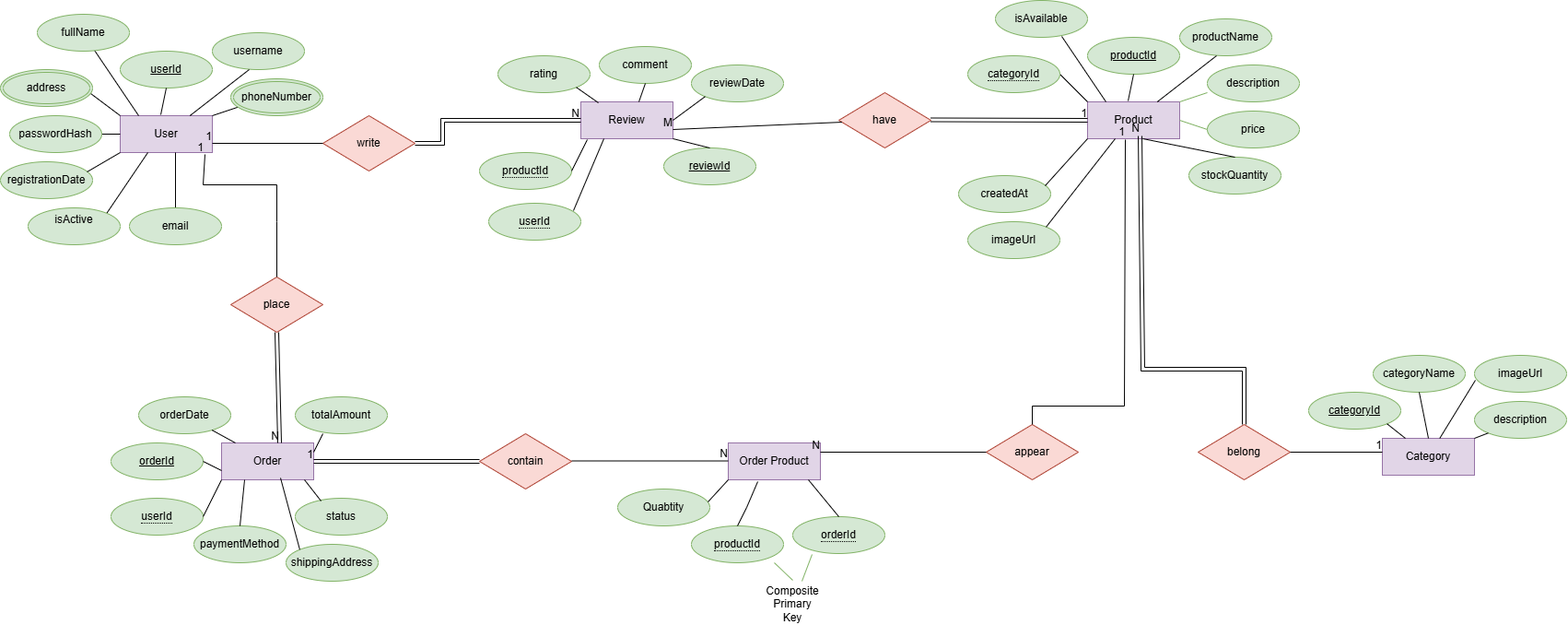
Before: E-Commerce System ERD & Models/E-Commerce System ERD.drawio.png, a diagram exported from draw.io (widaadalhandasi-wq/Bakend-System-ERD-Models). Source tidied: cells renumbered, new cells last; positions are measured from the earlier drawing's top-left corner, leaving out a move shared by most shapes.
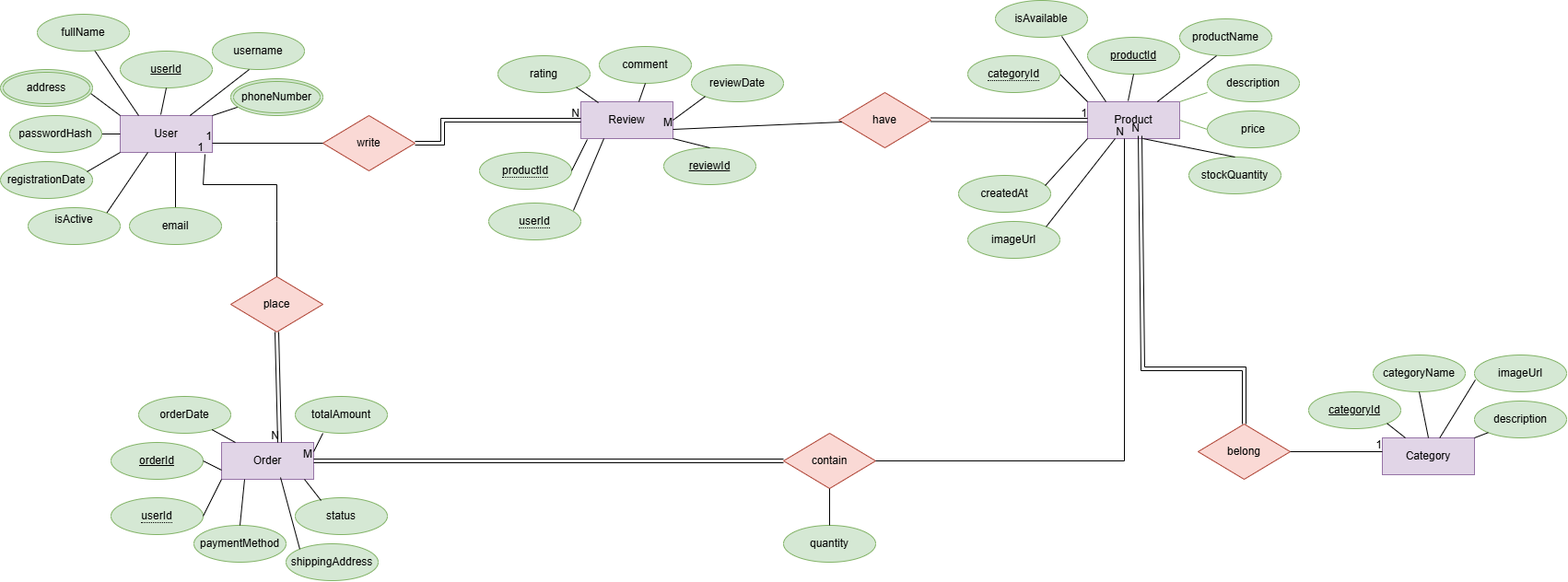
After the commit.

The edit, as a diff of the source:
```diff
@@ -11,9 +11,6 @@
     <mxCell id="4" value="Order" style="whiteSpace=wrap;html=1;align=center;fillColor=#e1d5e7;strokeColor=#9673a6;" parent="1" vertex="1">
       <mxGeometry x="240" y="480" width="100" height="40" as="geometry" />
     </mxCell>
-    <mxCell id="5" value="Order Product" style="whiteSpace=wrap;html=1;align=center;fillColor=#e1d5e7;strokeColor=#9673a6;" parent="1" vertex="1">
-      <mxGeometry x="790" y="480" width="100" height="40" as="geometry" />
-    </mxCell>
     <mxCell id="6" value="userId" style="ellipse;whiteSpace=wrap;html=1;align=center;fontStyle=4;fillColor=#d5e8d4;strokeColor=#82b366;" parent="1" vertex="1">
       <mxGeometry x="130" y="55" width="100" height="40" as="geometry" />
     </mxCell>
@@ -240,42 +237,6 @@
     <mxCell id="72" style="endArrow=none;html=1;rounded=0;exitX=1;exitY=0.5;exitDx=0;exitDy=0;entryX=0;entryY=1;entryDx=0;entryDy=0;" parent="1" edge="1" source="2" target="62">
       <mxGeometry relative="1" as="geometry" />
     </mxCell>
-    <mxCell id="73" value="&lt;span style=&quot;border-bottom: 1px dotted;&quot;&gt;orderId&lt;/span&gt;" style="ellipse;whiteSpace=wrap;html=1;align=center;fillColor=#d5e8d4;strokeColor=#82b366;" parent="1" vertex="1">
-      <mxGeometry x="860" y="560" width="100" height="40" as="geometry" />
-    </mxCell>
-    <mxCell id="74" value="Quabtity" style="ellipse;whiteSpace=wrap;html=1;align=center;fillColor=#d5e8d4;strokeColor=#82b366;" parent="1" vertex="1">
-      <mxGeometry x="670" y="530" width="100" height="40" as="geometry" />
-    </mxCell>
-    <mxCell id="75" value="&lt;span style=&quot;border-bottom: 1px dotted;&quot;&gt;productId&lt;/span&gt;" style="ellipse;whiteSpace=wrap;html=1;align=center;fillColor=#d5e8d4;strokeColor=#82b366;" parent="1" vertex="1">
-      <mxGeometry x="750" y="570" width="100" height="40" as="geometry" />
-    </mxCell>
-    <mxCell id="76" value="Composite Primary Key" style="text;html=1;whiteSpace=wrap;align=center;verticalAlign=middle;rounded=0;" parent="1" vertex="1">
-      <mxGeometry x="830" y="640" width="60" height="30" as="geometry" />
-    </mxCell>
-    <mxCell id="77" style="endArrow=none;html=1;rounded=0;entryX=0;entryY=1;entryDx=0;entryDy=0;exitX=0.98;exitY=0.35;exitDx=0;exitDy=0;exitPerimeter=0;" parent="1" edge="1" source="74" target="5">
-      <mxGeometry relative="1" as="geometry" />
-    </mxCell>
-    <mxCell id="78" style="endArrow=none;html=1;rounded=0;entryX=0.32;entryY=1.05;entryDx=0;entryDy=0;exitX=0.5;exitY=0;exitDx=0;exitDy=0;entryPerimeter=0;" parent="1" edge="1" source="75" target="5">
-      <mxGeometry relative="1" as="geometry">
-        <Array as="points">
-          <mxPoint x="810" y="550" />
-        </Array>
-      </mxGeometry>
-    </mxCell>
-    <mxCell id="79" style="endArrow=none;html=1;rounded=0;entryX=0.87;entryY=1;entryDx=0;entryDy=0;exitX=0.5;exitY=0;exitDx=0;exitDy=0;entryPerimeter=0;" parent="1" edge="1" source="73" target="5">
-      <mxGeometry relative="1" as="geometry" />
-    </mxCell>
-    <mxCell id="80" style="endArrow=none;html=1;rounded=0;entryX=0.21;entryY=1.025;entryDx=0;entryDy=0;entryPerimeter=0;fillColor=#d5e8d4;strokeColor=#82b366;" parent="1" edge="1" target="73">
-      <mxGeometry relative="1" as="geometry">
-        <mxPoint x="870" y="630" as="sourcePoint" />
-      </mxGeometry>
-    </mxCell>
-    <mxCell id="81" style="endArrow=none;html=1;rounded=0;fillColor=#d5e8d4;strokeColor=#82b366;" parent="1" edge="1">
-      <mxGeometry relative="1" as="geometry">
-        <mxPoint x="860" y="629" as="sourcePoint" />
-        <mxPoint x="840" y="610" as="targetPoint" />
-      </mxGeometry>
-    </mxCell>
     <mxCell id="82" value="write" style="shape=rhombus;perimeter=rhombusPerimeter;whiteSpace=wrap;html=1;align=center;fillColor=#fad9d5;strokeColor=#ae4132;" parent="1" vertex="1">
       <mxGeometry x="350" y="125" width="100" height="60" as="geometry" />
     </mxCell>
@@ -286,11 +247,8 @@
       <mxGeometry x="910" y="100" width="100" height="60" as="geometry" />
     </mxCell>
     <mxCell id="85" value="contain" style="shape=rhombus;perimeter=rhombusPerimeter;whiteSpace=wrap;html=1;align=center;fillColor=#fad9d5;strokeColor=#ae4132;" parent="1" vertex="1">
-      <mxGeometry x="520" y="470" width="100" height="60" as="geometry" />
+      <mxGeometry x="850" y="470" width="100" height="60" as="geometry" />
     </mxCell>
-    <mxCell id="86" value="appear" style="shape=rhombus;perimeter=rhombusPerimeter;whiteSpace=wrap;html=1;align=center;fillColor=#fad9d5;strokeColor=#ae4132;" parent="1" vertex="1">
-      <mxGeometry x="1070" y="460" width="100" height="60" as="geometry" />
-    </mxCell>
     <mxCell id="87" value="belong" style="shape=rhombus;perimeter=rhombusPerimeter;whiteSpace=wrap;html=1;align=center;fillColor=#fad9d5;strokeColor=#ae4132;" parent="1" vertex="1">
       <mxGeometry x="1300" y="460" width="100" height="60" as="geometry" />
     </mxCell>
@@ -312,34 +270,9 @@
     <mxCell id="93" style="shape=link;html=1;rounded=0;entryX=1;entryY=0.5;entryDx=0;entryDy=0;" parent="1" edge="1" source="85" target="4">
       <mxGeometry relative="1" as="geometry" />
     </mxCell>
-    <mxCell id="94" value="1" style="html=1;whiteSpace=wrap;align=right;verticalAlign=bottom;" parent="93" vertex="1">
+    <mxCell id="94" value="M" style="html=1;whiteSpace=wrap;align=right;verticalAlign=bottom;" parent="93" vertex="1">
       <mxGeometry x="1" relative="1" as="geometry" />
     </mxCell>
-    <mxCell id="95" style="endArrow=none;html=1;rounded=0;entryX=0;entryY=0.488;entryDx=0;entryDy=0;entryPerimeter=0;" parent="1" edge="1" target="5">
-      <mxGeometry relative="1" as="geometry">
-        <mxPoint x="620" y="499.5" as="sourcePoint" />
-      </mxGeometry>
-    </mxCell>
-    <mxCell id="96" value="N" style="html=1;whiteSpace=wrap;align=right;verticalAlign=bottom;" parent="95" vertex="1">
-      <mxGeometry x="1" relative="1" as="geometry" />
-    </mxCell>
-    <mxCell id="97" style="endArrow=none;html=1;rounded=0;exitX=0;exitY=0.5;exitDx=0;exitDy=0;entryX=1;entryY=0.25;entryDx=0;entryDy=0;" parent="1" edge="1" source="86" target="5">
-      <mxGeometry relative="1" as="geometry" />
-    </mxCell>
-    <mxCell id="98" value="N" style="html=1;whiteSpace=wrap;align=right;verticalAlign=bottom;" parent="97" vertex="1">
-      <mxGeometry x="1" relative="1" as="geometry" />
-    </mxCell>
-    <mxCell id="99" style="endArrow=none;html=1;rounded=0;entryX=0.41;entryY=1.025;entryDx=0;entryDy=0;exitX=0.5;exitY=0;exitDx=0;exitDy=0;entryPerimeter=0;" parent="1" edge="1" source="86" target="19">
-      <mxGeometry relative="1" as="geometry">
-        <Array as="points">
-          <mxPoint x="1120" y="440" />
-          <mxPoint x="1220" y="440" />
-        </Array>
-      </mxGeometry>
-    </mxCell>
-    <mxCell id="100" value="1" style="html=1;whiteSpace=wrap;align=right;verticalAlign=bottom;" parent="99" vertex="1">
-      <mxGeometry x="1" relative="1" as="geometry" />
-    </mxCell>
     <mxCell id="101" style="endArrow=none;html=1;rounded=0;exitX=1;exitY=0.5;exitDx=0;exitDy=0;" parent="1" edge="1" source="87">
       <mxGeometry relative="1" as="geometry">
         <mxPoint x="1500" y="490" as="targetPoint" />
@@ -408,5 +341,21 @@
     <mxCell id="116" value="1" style="html=1;whiteSpace=wrap;align=right;verticalAlign=bottom;" parent="115" vertex="1">
       <mxGeometry x="1" relative="1" as="geometry" />
     </mxCell>
+    <mxCell id="117" style="endArrow=none;html=1;rounded=0;entryX=0.4;entryY=1;entryDx=0;entryDy=0;exitX=1;exitY=0.5;exitDx=0;exitDy=0;entryPerimeter=0;" parent="1" edge="1" source="85" target="19">
+      <mxGeometry relative="1" as="geometry">
+        <Array as="points">
+          <mxPoint x="1220" y="500" />
+        </Array>
+      </mxGeometry>
+    </mxCell>
+    <mxCell id="118" value="N" style="html=1;whiteSpace=wrap;align=right;verticalAlign=bottom;" parent="117" vertex="1">
+      <mxGeometry x="1" relative="1" as="geometry" />
+    </mxCell>
+    <mxCell id="119" value="quantity" style="ellipse;whiteSpace=wrap;html=1;align=center;fillColor=#d5e8d4;strokeColor=#82b366;" parent="1" vertex="1">
+      <mxGeometry x="850" y="570" width="100" height="40" as="geometry" />
+    </mxCell>
+    <mxCell id="120" style="endArrow=none;html=1;rounded=0;entryX=0.5;entryY=1;entryDx=0;entryDy=0;exitX=0.5;exitY=0;exitDx=0;exitDy=0;" parent="1" edge="1" source="119" target="85">
+      <mxGeometry relative="1" as="geometry" />
+    </mxCell>
   </root>
 </mxGraphModel>
```
